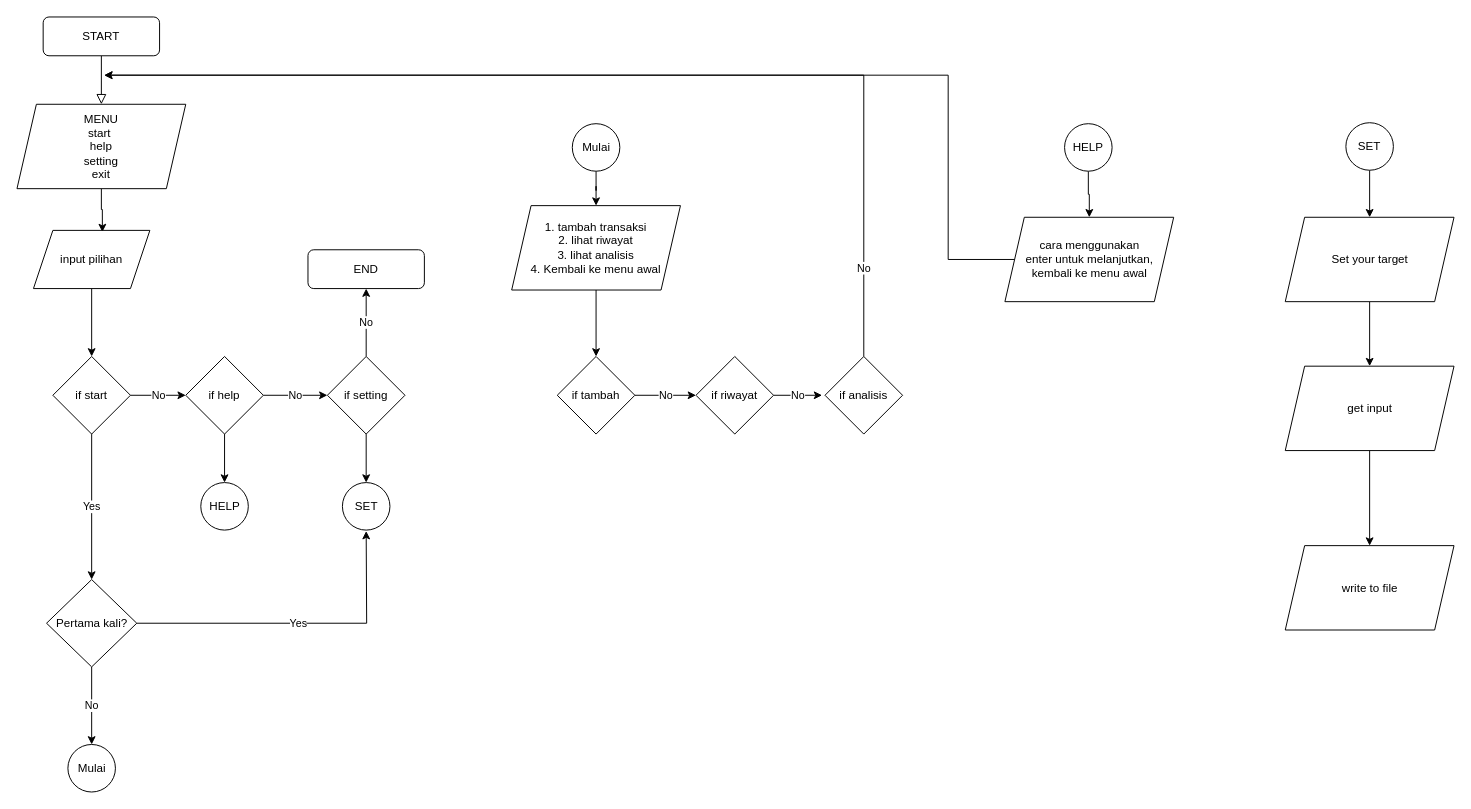
The draw.io diagram Final Project.drawio in Fulkyhariz/Simple-Financial-Organizer-final-project, before the edit. Source tidied: cells renumbered, new cells numbered last; positions are measured from the earlier drawing's top-left corner, leaving out a move shared by most shapes. Both pictures are drawn from the tidied source at 97%, with x=0, y=0 at pixel (16, 16).
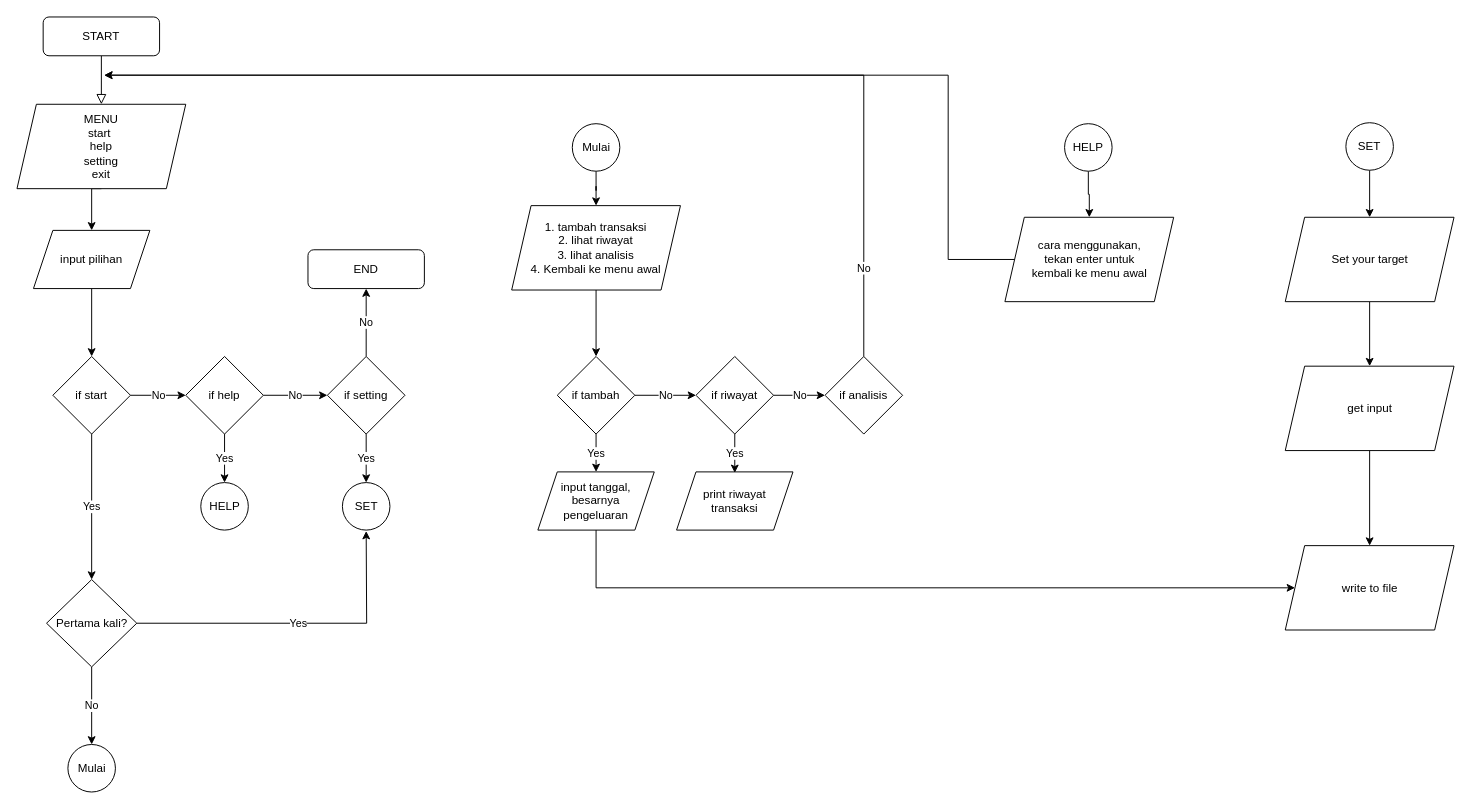
Above is the later version.

Commit message:
input di fungsi mulai.drawio

The change refers to these unchanged cells:
```xml
<mxCell id="5" value="MENU&lt;br&gt;start&amp;nbsp;&lt;br&gt;help&lt;br&gt;setting&lt;br&gt;exit" style="shape=parallelogram;perimeter=parallelogramPerimeter;whiteSpace=wrap;html=1;fixedSize=1;" parent="1" vertex="1">
  <mxGeometry y="90" width="174" height="87" as="geometry" />
</mxCell>
<mxCell id="7" value="input pilihan" style="shape=parallelogram;perimeter=parallelogramPerimeter;whiteSpace=wrap;html=1;fixedSize=1;" parent="1" vertex="1">
  <mxGeometry x="17" y="220" width="120" height="60" as="geometry" />
</mxCell>
<mxCell id="16" value="if setting" style="rhombus;whiteSpace=wrap;html=1;" parent="1" vertex="1">
  <mxGeometry x="320" y="350" width="80" height="80" as="geometry" />
</mxCell>
<mxCell id="19" value="if help" style="rhombus;whiteSpace=wrap;html=1;" parent="1" vertex="1">
  <mxGeometry x="174" y="350" width="80" height="80" as="geometry" />
</mxCell>
<mxCell id="20" value="HELP" style="ellipse;whiteSpace=wrap;html=1;" parent="1" vertex="1">
  <mxGeometry x="189.5" y="480" width="49" height="49" as="geometry" />
</mxCell>
<mxCell id="23" value="SET" style="ellipse;whiteSpace=wrap;html=1;" parent="1" vertex="1">
  <mxGeometry x="335.5" y="480" width="49" height="49" as="geometry" />
</mxCell>
<mxCell id="29" value="if tambah" style="rhombus;whiteSpace=wrap;html=1;" parent="1" vertex="1">
  <mxGeometry x="557" y="350" width="80" height="80" as="geometry" />
</mxCell>
<mxCell id="31" value="if analisis" style="rhombus;whiteSpace=wrap;html=1;" parent="1" vertex="1">
  <mxGeometry x="833" y="350" width="80" height="80" as="geometry" />
</mxCell>
<mxCell id="33" value="if riwayat" style="rhombus;whiteSpace=wrap;html=1;" parent="1" vertex="1">
  <mxGeometry x="700" y="350" width="80" height="80" as="geometry" />
</mxCell>
<mxCell id="44" value="write to file" style="shape=parallelogram;perimeter=parallelogramPerimeter;whiteSpace=wrap;html=1;fixedSize=1;" parent="1" vertex="1">
  <mxGeometry x="1307.5" y="545" width="174" height="87" as="geometry" />
</mxCell>
```

Diff of the diagram source:
```diff
@@
-    <mxCell id="4" style="edgeStyle=orthogonalEdgeStyle;rounded=0;jettySize=auto;html=1;entryX=0.592;entryY=0.029;entryDx=0;entryDy=0;entryPerimeter=0;" parent="1" edge="1" source="5" target="7">
-      <mxGeometry relative="1" as="geometry" />
+    <mxCell id="4" style="edgeStyle=orthogonalEdgeStyle;rounded=0;jettySize=auto;html=1;exitX=0.5;exitY=1;exitDx=0;exitDy=0;" parent="1" edge="1" source="5" target="7">
+      <mxGeometry relative="1" as="geometry">
+        <Array as="points">
+          <mxPoint x="77" y="177" />
+        </Array>
+      </mxGeometry>
     </mxCell>
@@
-    <mxCell id="15" style="edgeStyle=orthogonalEdgeStyle;rounded=0;jettySize=auto;html=1;entryX=0.5;entryY=0;entryDx=0;entryDy=0;" parent="1" edge="1" source="16" target="23">
+    <mxCell id="15" value="Yes" style="edgeStyle=orthogonalEdgeStyle;rounded=0;jettySize=auto;html=1;entryX=0.5;entryY=0;entryDx=0;entryDy=0;" parent="1" edge="1" source="16" target="23">
       <mxGeometry relative="1" as="geometry" />
     </mxCell>
@@
-    <mxCell id="17" style="edgeStyle=orthogonalEdgeStyle;rounded=0;jettySize=auto;html=1;entryX=0.5;entryY=0;entryDx=0;entryDy=0;" parent="1" edge="1" source="19" target="20">
+    <mxCell id="17" value="Yes" style="edgeStyle=orthogonalEdgeStyle;rounded=0;jettySize=auto;html=1;entryX=0.5;entryY=0;entryDx=0;entryDy=0;" parent="1" edge="1" source="19" target="20">
       <mxGeometry relative="1" as="geometry" />
     </mxCell>
@@
+    <mxCell id="45" value="Yes" style="edgeStyle=orthogonalEdgeStyle;rounded=0;jettySize=auto;html=1;exitX=0.5;exitY=1;exitDx=0;exitDy=0;entryX=0.5;entryY=0;entryDx=0;entryDy=0;" parent="1" edge="1" source="29" target="47">
+      <mxGeometry relative="1" as="geometry" />
+    </mxCell>
@@
-    <mxCell id="32" value="No" style="edgeStyle=orthogonalEdgeStyle;rounded=0;jettySize=auto;html=1;" parent="1" edge="1" source="33">
-      <mxGeometry relative="1" as="geometry">
-        <mxPoint x="830" y="390" as="targetPoint" />
-      </mxGeometry>
+    <mxCell id="32" value="No" style="edgeStyle=orthogonalEdgeStyle;rounded=0;jettySize=auto;html=1;" parent="1" edge="1" source="33" target="31">
+      <mxGeometry relative="1" as="geometry" />
     </mxCell>
@@
-    <mxCell id="37" value="cara menggunakan&lt;br&gt;enter untuk melanjutkan, kembali ke menu awal" style="shape=parallelogram;perimeter=parallelogramPerimeter;whiteSpace=wrap;html=1;fixedSize=1;" parent="1" vertex="1">
+    <mxCell id="37" value="cara menggunakan,&lt;br&gt;tekan enter untuk &lt;br&gt;kembali ke menu awal" style="shape=parallelogram;perimeter=parallelogramPerimeter;whiteSpace=wrap;html=1;fixedSize=1;" parent="1" vertex="1">
       <mxGeometry x="1018.5" y="206.5" width="174" height="87" as="geometry" />
     </mxCell>
@@
+    <mxCell id="46" style="edgeStyle=orthogonalEdgeStyle;rounded=0;jettySize=auto;html=1;exitX=0.5;exitY=1;exitDx=0;exitDy=0;entryX=0;entryY=0.5;entryDx=0;entryDy=0;" parent="1" edge="1" source="47" target="44">
+      <mxGeometry relative="1" as="geometry">
+        <Array as="points">
+          <mxPoint x="597" y="588" />
+        </Array>
+      </mxGeometry>
+    </mxCell>
+    <mxCell id="47" value="input tanggal, besarnya pengeluaran" style="shape=parallelogram;perimeter=parallelogramPerimeter;whiteSpace=wrap;html=1;fixedSize=1;" parent="1" vertex="1">
+      <mxGeometry x="537" y="469" width="120" height="60" as="geometry" />
+    </mxCell>
+    <mxCell id="48" value="Yes" style="edgeStyle=orthogonalEdgeStyle;rounded=0;jettySize=auto;html=1;exitX=0.5;exitY=1;exitDx=0;exitDy=0;" parent="1" edge="1" source="33">
+      <mxGeometry relative="1" as="geometry">
+        <mxPoint x="740" y="470" as="targetPoint" />
+      </mxGeometry>
+    </mxCell>
+    <mxCell id="49" value="print riwayat &lt;br&gt;transaksi" style="shape=parallelogram;perimeter=parallelogramPerimeter;whiteSpace=wrap;html=1;fixedSize=1;" parent="1" vertex="1">
+      <mxGeometry x="680" y="469" width="120" height="60" as="geometry" />
+    </mxCell>
```
